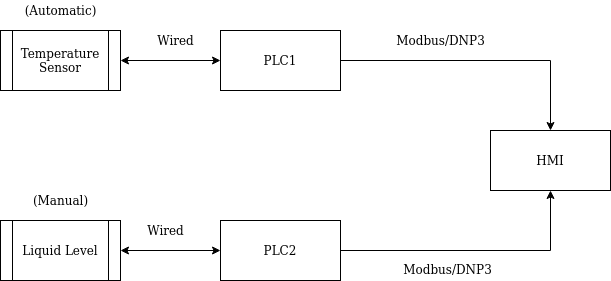
Above: images/SCADA_Project_Architecture.png in georgemakrakis/SCADA-Project (draw.io), before the change. Source tidied: cells renumbered, new cells last; positions are measured from the earlier drawing's top-left corner, leaving out a move shared by most shapes.
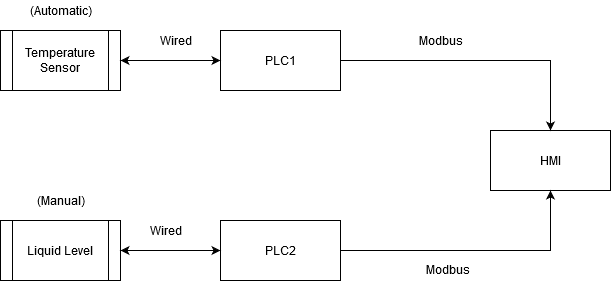
The same diagram one commit later.

Change to the diagram source:
```diff
@@ -17,11 +17,11 @@
     <mxCell id="6" value="PLC2" style="rounded=0;whiteSpace=wrap;html=1;" parent="1" vertex="1">
       <mxGeometry x="220" y="220" width="120" height="60" as="geometry" />
     </mxCell>
-    <mxCell id="7" value="Modbus/DNP3" style="text;html=1;align=center;verticalAlign=middle;" parent="1" vertex="1">
-      <mxGeometry x="397" y="259" width="100" height="20" as="geometry" />
+    <mxCell id="7" value="Modbus" style="text;html=1;align=center;verticalAlign=middle;" parent="1" vertex="1">
+      <mxGeometry x="417" y="259" width="60" height="20" as="geometry" />
     </mxCell>
-    <mxCell id="8" value="Modbus/DNP3" style="text;html=1;align=center;verticalAlign=middle;" parent="1" vertex="1">
-      <mxGeometry x="390" y="30" width="100" height="20" as="geometry" />
+    <mxCell id="8" value="Modbus" style="text;html=1;align=center;verticalAlign=middle;" parent="1" vertex="1">
+      <mxGeometry x="410" y="30" width="60" height="20" as="geometry" />
     </mxCell>
     <mxCell id="9" value="Temperature Sensor" style="shape=process;whiteSpace=wrap;html=1;backgroundOutline=1;" parent="1" vertex="1">
       <mxGeometry y="30" width="120" height="60" as="geometry" />
```
